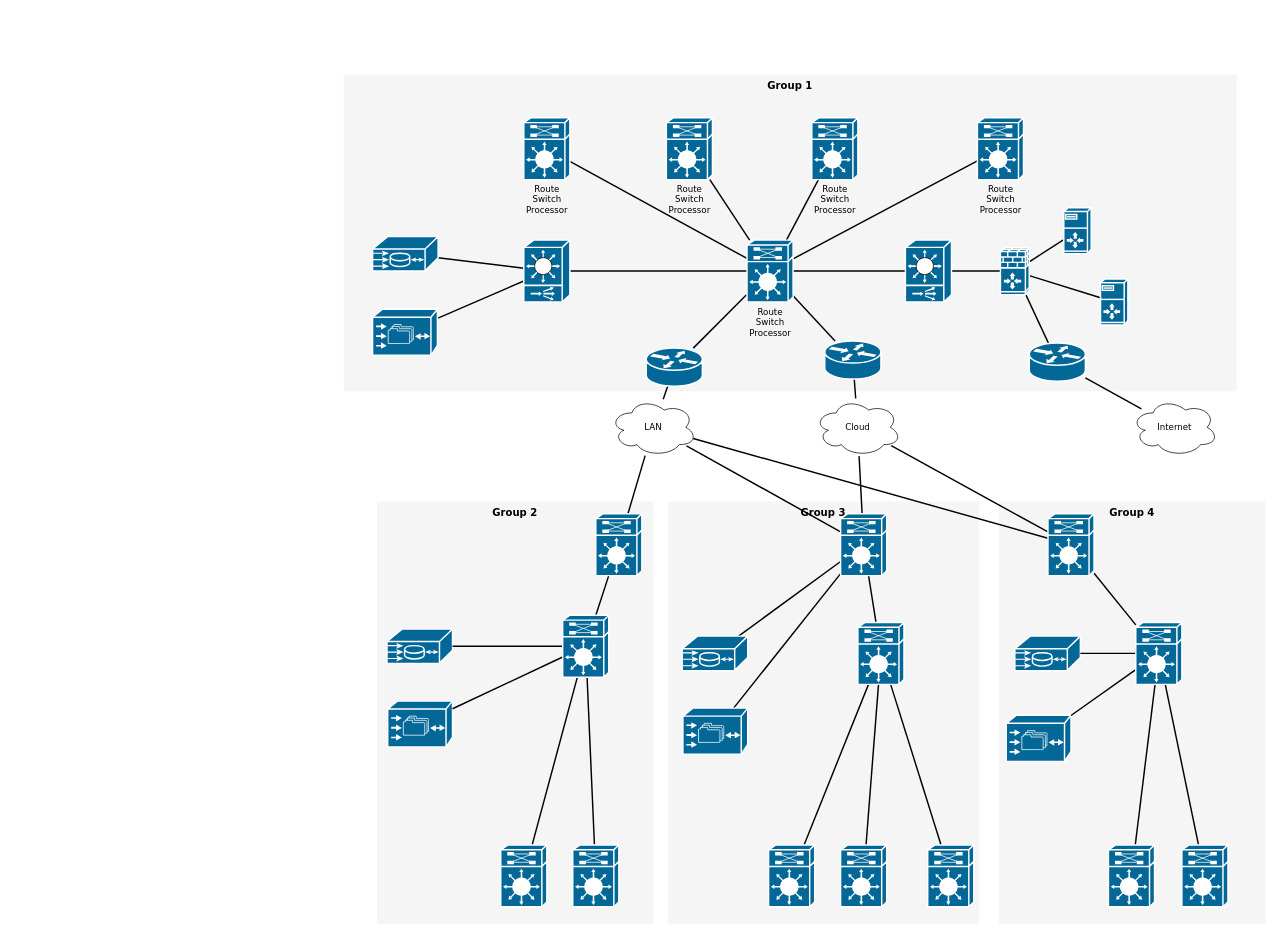
Before: Diagrama sem nome.drawio in Andsonb/diagramsZabbix, a draw.io diagram. Source tidied: cells renumbered, new cells numbered last; positions are measured from the earlier drawing's top-left corner, leaving out a move shared by most shapes. Both pictures are drawn from the tidied source at 72%, with x=0, y=0 at pixel (343, 74).
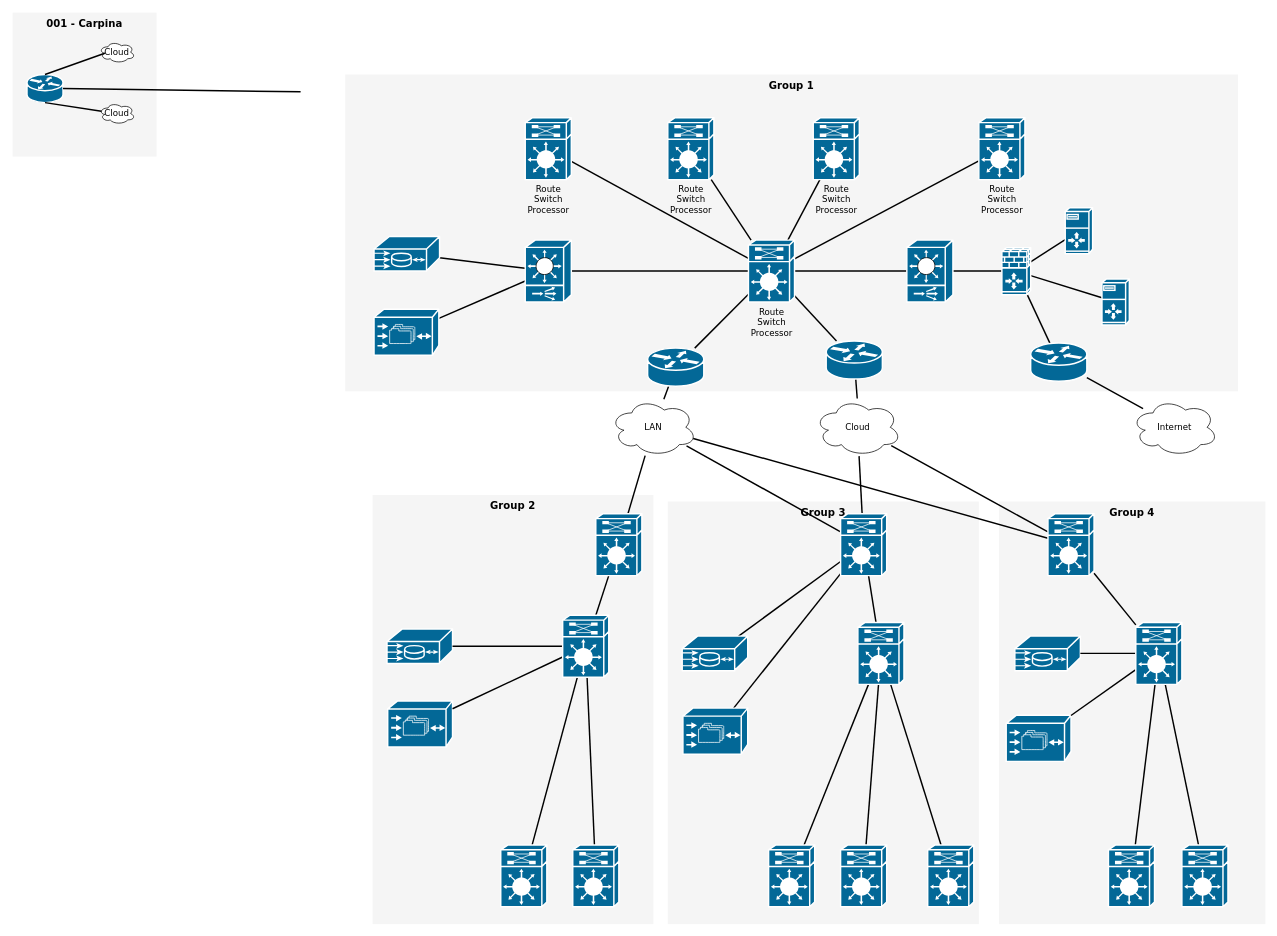
The same page after the edit.

Unchanged cells that the change refers to:
```xml
<mxCell id="35" value="LAN" style="ellipse;shape=cloud;whiteSpace=wrap;html=1;rounded=0;shadow=0;comic=0;strokeWidth=1;fontFamily=Verdana;fontSize=12;" parent="1" vertex="1">
  <mxGeometry x="370" y="450" width="120" height="80" as="geometry" />
</mxCell>
<mxCell id="38" value="Cloud" style="ellipse;shape=cloud;whiteSpace=wrap;html=1;rounded=0;shadow=0;comic=0;strokeWidth=1;fontFamily=Verdana;fontSize=12;" parent="1" vertex="1">
  <mxGeometry x="654" y="450" width="120" height="80" as="geometry" />
</mxCell>
<mxCell id="39" value="Internet" style="ellipse;shape=cloud;whiteSpace=wrap;html=1;rounded=0;shadow=0;comic=0;strokeWidth=1;fontFamily=Verdana;fontSize=12;" parent="1" vertex="1">
  <mxGeometry x="1094" y="450" width="120" height="80" as="geometry" />
</mxCell>
```

Diff of the diagram source:
```diff
@@
     <mxCell id="2" value="Group 1" style="whiteSpace=wrap;html=1;rounded=0;shadow=0;comic=0;strokeWidth=1;fontFamily=Verdana;fontSize=14;fillColor=#f5f5f5;strokeColor=none;verticalAlign=top;fontStyle=1;" parent="1" vertex="1">
-      <mxGeometry width="1240" height="440" as="geometry" />
+      <mxGeometry x="2" width="1240" height="440" as="geometry" />
     </mxCell>
@@
     <mxCell id="5" value="Group 2" style="whiteSpace=wrap;html=1;rounded=0;shadow=0;comic=0;strokeWidth=1;fontFamily=Verdana;fontSize=14;fillColor=#f5f5f5;strokeColor=none;fontStyle=1;verticalAlign=top;" parent="1" vertex="1">
-      <mxGeometry x="46" y="593" width="384" height="587" as="geometry" />
+      <mxGeometry x="40" y="584" width="390" height="596" as="geometry" />
     </mxCell>
@@
     <mxCell id="7" value="Route&lt;div&gt;Switch&lt;/div&gt;&lt;div&gt;Processor&lt;/div&gt;" style="shape=mxgraph.cisco.misc.route_switch_processor;html=1;dashed=0;fillColor=#036897;strokeColor=#ffffff;strokeWidth=2;verticalLabelPosition=bottom;verticalAlign=top;rounded=0;shadow=0;comic=0;fontFamily=Verdana;fontSize=12;" parent="1" vertex="1">
-      <mxGeometry x="250" y="60" width="64" height="86" as="geometry" />
+      <mxGeometry x="252" y="60" width="64" height="86" as="geometry" />
     </mxCell>
@@
     <mxCell id="9" value="Route&lt;div&gt;Switch&lt;/div&gt;&lt;div&gt;Processor&lt;/div&gt;" style="shape=mxgraph.cisco.misc.route_switch_processor;html=1;dashed=0;fillColor=#036897;strokeColor=#ffffff;strokeWidth=2;verticalLabelPosition=bottom;verticalAlign=top;rounded=0;shadow=0;comic=0;fontFamily=Verdana;fontSize=12;" parent="1" vertex="1">
-      <mxGeometry x="448" y="60" width="64" height="86" as="geometry" />
+      <mxGeometry x="450" y="60" width="64" height="86" as="geometry" />
     </mxCell>
@@
     <mxCell id="11" value="Route&lt;div&gt;Switch&lt;/div&gt;&lt;div&gt;Processor&lt;/div&gt;" style="shape=mxgraph.cisco.misc.route_switch_processor;html=1;dashed=0;fillColor=#036897;strokeColor=#ffffff;strokeWidth=2;verticalLabelPosition=bottom;verticalAlign=top;rounded=0;shadow=0;comic=0;fontFamily=Verdana;fontSize=12;" parent="1" vertex="1">
-      <mxGeometry x="650" y="60" width="64" height="86" as="geometry" />
+      <mxGeometry x="652" y="60" width="64" height="86" as="geometry" />
     </mxCell>
@@
     <mxCell id="13" value="Route&lt;div&gt;Switch&lt;/div&gt;&lt;div&gt;Processor&lt;/div&gt;" style="shape=mxgraph.cisco.misc.route_switch_processor;html=1;dashed=0;fillColor=#036897;strokeColor=#ffffff;strokeWidth=2;verticalLabelPosition=bottom;verticalAlign=top;rounded=0;shadow=0;comic=0;fontFamily=Verdana;fontSize=12;" parent="1" vertex="1">
-      <mxGeometry x="880" y="60" width="64" height="86" as="geometry" />
+      <mxGeometry x="882" y="60" width="64" height="86" as="geometry" />
     </mxCell>
@@
     <mxCell id="18" value="Route&lt;div&gt;Switch&lt;/div&gt;&lt;div&gt;Processor&lt;/div&gt;" style="shape=mxgraph.cisco.misc.route_switch_processor;html=1;dashed=0;fillColor=#036897;strokeColor=#ffffff;strokeWidth=2;verticalLabelPosition=bottom;verticalAlign=top;rounded=0;shadow=0;comic=0;fontFamily=Verdana;fontSize=12;" parent="1" vertex="1">
-      <mxGeometry x="560" y="230" width="64" height="86" as="geometry" />
+      <mxGeometry x="562" y="230" width="64" height="86" as="geometry" />
     </mxCell>
@@
     <mxCell id="21" style="shape=mxgraph.cisco.switches.content_switch;html=1;dashed=0;fillColor=#036897;strokeColor=#ffffff;strokeWidth=2;verticalLabelPosition=bottom;verticalAlign=top;rounded=0;shadow=0;comic=0;fontFamily=Verdana;fontSize=12;" parent="1" vertex="1">
-      <mxGeometry x="250" y="230" width="64" height="86" as="geometry" />
+      <mxGeometry x="252" y="230" width="64" height="86" as="geometry" />
     </mxCell>
@@
     <mxCell id="23" style="shape=mxgraph.cisco.switches.content_switch;html=1;dashed=0;fillColor=#036897;strokeColor=#ffffff;strokeWidth=2;verticalLabelPosition=bottom;verticalAlign=top;rounded=0;shadow=0;comic=0;fontFamily=Verdana;fontSize=12;" parent="1" vertex="1">
-      <mxGeometry x="780" y="230" width="64" height="86" as="geometry" />
+      <mxGeometry x="782" y="230" width="64" height="86" as="geometry" />
     </mxCell>
     <mxCell id="24" style="shape=mxgraph.cisco.storage.cisco_file_engine;html=1;dashed=0;fillColor=#036897;strokeColor=#ffffff;strokeWidth=2;verticalLabelPosition=bottom;verticalAlign=top;rounded=0;shadow=0;comic=0;fontFamily=Verdana;fontSize=12;" parent="1" vertex="1">
-      <mxGeometry x="40" y="326" width="90" height="64" as="geometry" />
+      <mxGeometry x="42" y="326" width="90" height="64" as="geometry" />
     </mxCell>
     <mxCell id="25" style="shape=mxgraph.cisco.misc.me1100;html=1;dashed=0;fillColor=#036897;strokeColor=#ffffff;strokeWidth=2;verticalLabelPosition=bottom;verticalAlign=top;rounded=0;shadow=0;comic=0;fontFamily=Verdana;fontSize=12;" parent="1" vertex="1">
-      <mxGeometry x="40" y="225" width="91" height="48" as="geometry" />
+      <mxGeometry x="42" y="225" width="91" height="48" as="geometry" />
     </mxCell>
@@
     <mxCell id="29" style="shape=mxgraph.cisco.security.ios_firewall;html=1;dashed=0;fillColor=#036897;strokeColor=#ffffff;strokeWidth=2;verticalLabelPosition=bottom;verticalAlign=top;rounded=0;shadow=0;comic=0;fontFamily=Verdana;fontSize=12;" parent="1" vertex="1">
-      <mxGeometry x="912" y="240" width="40" height="66" as="geometry" />
+      <mxGeometry x="914" y="240" width="40" height="66" as="geometry" />
     </mxCell>
     <mxCell id="30" style="shape=mxgraph.cisco.servers.server_with_router;html=1;dashed=0;fillColor=#036897;strokeColor=#ffffff;strokeWidth=2;verticalLabelPosition=bottom;verticalAlign=top;rounded=0;shadow=0;comic=0;fontFamily=Verdana;fontSize=12;" parent="1" vertex="1">
-      <mxGeometry x="1000" y="185" width="38" height="64" as="geometry" />
+      <mxGeometry x="1002" y="185" width="38" height="64" as="geometry" />
     </mxCell>
     <mxCell id="31" style="shape=mxgraph.cisco.servers.server_with_router;html=1;dashed=0;fillColor=#036897;strokeColor=#ffffff;strokeWidth=2;verticalLabelPosition=bottom;verticalAlign=top;rounded=0;shadow=0;comic=0;fontFamily=Verdana;fontSize=12;" parent="1" vertex="1">
-      <mxGeometry x="1051" y="284" width="38" height="64" as="geometry" />
+      <mxGeometry x="1053" y="284" width="38" height="64" as="geometry" />
     </mxCell>
@@
-    <mxCell id="75" style="edgeStyle=none;html=1;labelBackgroundColor=none;startFill=0;endArrow=none;endFill=0;strokeWidth=2;fontFamily=Verdana;fontSize=12;" parent="1" edge="1" source="76" target="35">
-      <mxGeometry relative="1" as="geometry" />
+    <mxCell id="75" style="edgeStyle=none;html=1;labelBackgroundColor=none;startFill=0;endArrow=none;endFill=0;strokeWidth=2;fontFamily=Verdana;fontSize=12;" parent="1" edge="1" source="76">
+      <mxGeometry relative="1" as="geometry">
+        <mxPoint x="444.5" y="450.9" as="targetPoint" />
+      </mxGeometry>
     </mxCell>
     <mxCell id="76" style="shape=mxgraph.cisco.routers.router;html=1;dashed=0;fillColor=#036897;strokeColor=#ffffff;strokeWidth=2;verticalLabelPosition=bottom;verticalAlign=top;rounded=0;shadow=0;comic=0;fontFamily=Verdana;fontSize=12;" parent="1" vertex="1">
-      <mxGeometry x="420" y="380" width="78" height="53" as="geometry" />
+      <mxGeometry x="422" y="380" width="78" height="53" as="geometry" />
     </mxCell>
-    <mxCell id="77" style="edgeStyle=none;html=1;labelBackgroundColor=none;startFill=0;endArrow=none;endFill=0;strokeWidth=2;fontFamily=Verdana;fontSize=12;" parent="1" edge="1" source="78" target="38">
-      <mxGeometry relative="1" as="geometry" />
+    <mxCell id="77" style="edgeStyle=none;html=1;labelBackgroundColor=none;startFill=0;endArrow=none;endFill=0;strokeWidth=2;fontFamily=Verdana;fontSize=12;" parent="1" edge="1" source="78">
+      <mxGeometry relative="1" as="geometry">
+        <mxPoint x="713.1" y="450" as="targetPoint" />
+      </mxGeometry>
     </mxCell>
     <mxCell id="78" style="shape=mxgraph.cisco.routers.router;html=1;dashed=0;fillColor=#036897;strokeColor=#ffffff;strokeWidth=2;verticalLabelPosition=bottom;verticalAlign=top;rounded=0;shadow=0;comic=0;fontFamily=Verdana;fontSize=12;" parent="1" vertex="1">
-      <mxGeometry x="668" y="370" width="78" height="53" as="geometry" />
+      <mxGeometry x="670" y="370" width="78" height="53" as="geometry" />
     </mxCell>
-    <mxCell id="79" style="edgeStyle=none;html=1;labelBackgroundColor=none;startFill=0;endArrow=none;endFill=0;strokeWidth=2;fontFamily=Verdana;fontSize=12;" parent="1" edge="1" source="80" target="39">
-      <mxGeometry relative="1" as="geometry" />
+    <mxCell id="79" style="edgeStyle=none;html=1;labelBackgroundColor=none;startFill=0;endArrow=none;endFill=0;strokeWidth=2;fontFamily=Verdana;fontSize=12;" parent="1" edge="1" source="80">
+      <mxGeometry relative="1" as="geometry">
+        <mxPoint x="1110.1" y="464.2" as="targetPoint" />
+      </mxGeometry>
     </mxCell>
     <mxCell id="80" style="shape=mxgraph.cisco.routers.router;html=1;dashed=0;fillColor=#036897;strokeColor=#ffffff;strokeWidth=2;verticalLabelPosition=bottom;verticalAlign=top;rounded=0;shadow=0;comic=0;fontFamily=Verdana;fontSize=12;" parent="1" vertex="1">
-      <mxGeometry x="952" y="373" width="78" height="53" as="geometry" />
+      <mxGeometry x="954" y="373" width="78" height="53" as="geometry" />
     </mxCell>
+    <mxCell id="81" value="001 - Carpina" style="whiteSpace=wrap;html=1;rounded=0;shadow=0;comic=0;strokeWidth=1;fontFamily=Verdana;fontSize=14;fillColor=#f5f5f5;strokeColor=none;verticalAlign=top;fontStyle=1;" parent="1" vertex="1">
+      <mxGeometry x="-460" y="-86" width="200" height="200" as="geometry" />
+    </mxCell>
+    <mxCell id="82" value="Cloud" style="ellipse;shape=cloud;whiteSpace=wrap;html=1;rounded=0;shadow=0;comic=0;strokeWidth=1;fontFamily=Verdana;fontSize=12;" parent="1" vertex="1">
+      <mxGeometry x="-340" y="-46" width="50" height="30" as="geometry" />
+    </mxCell>
+    <mxCell id="83" style="shape=mxgraph.cisco.routers.router;html=1;dashed=0;fillColor=#036897;strokeColor=#ffffff;strokeWidth=2;verticalLabelPosition=bottom;verticalAlign=top;rounded=0;shadow=0;comic=0;fontFamily=Verdana;fontSize=12;" parent="1" vertex="1">
+      <mxGeometry x="-440" width="50" height="39" as="geometry" />
+    </mxCell>
+    <mxCell id="84" value="Cloud" style="ellipse;shape=cloud;whiteSpace=wrap;html=1;rounded=0;shadow=0;comic=0;strokeWidth=1;fontFamily=Verdana;fontSize=12;" parent="1" vertex="1">
+      <mxGeometry x="-340" y="39" width="50" height="30" as="geometry" />
+    </mxCell>
+    <mxCell id="85" style="edgeStyle=none;html=1;labelBackgroundColor=none;startFill=0;endArrow=none;endFill=0;strokeWidth=2;fontFamily=Verdana;fontSize=12;exitX=0.07;exitY=0.4;exitDx=0;exitDy=0;exitPerimeter=0;entryX=0.5;entryY=1;entryDx=0;entryDy=0;entryPerimeter=0;" parent="1" edge="1" source="84" target="83">
+      <mxGeometry relative="1" as="geometry" />
+    </mxCell>
+    <mxCell id="86" style="edgeStyle=none;html=1;labelBackgroundColor=none;startFill=0;endArrow=none;endFill=0;strokeWidth=2;fontFamily=Verdana;fontSize=12;entryX=0.5;entryY=0;entryDx=0;entryDy=0;entryPerimeter=0;exitX=0.16;exitY=0.55;exitDx=0;exitDy=0;exitPerimeter=0;" parent="1" edge="1" source="82" target="83">
+      <mxGeometry relative="1" as="geometry" />
+    </mxCell>
+    <mxCell id="87" style="edgeStyle=none;html=1;labelBackgroundColor=none;startFill=0;endArrow=none;endFill=0;strokeWidth=2;fontFamily=Verdana;fontSize=12;entryX=1;entryY=0.5;entryDx=0;entryDy=0;entryPerimeter=0;" parent="1" edge="1" target="83">
+      <mxGeometry relative="1" as="geometry">
+        <mxPoint x="-60" y="24" as="sourcePoint" />
+      </mxGeometry>
+    </mxCell>
```
